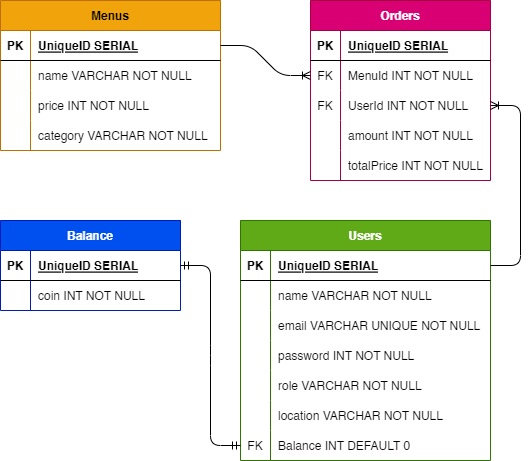
Above: erd.drawio.png in fahrezo/pair-project-WIB-Cafe (draw.io), before the change. Source tidied: cells renumbered, new cells last; positions are measured from the earlier drawing's top-left corner, leaving out a move shared by most shapes.
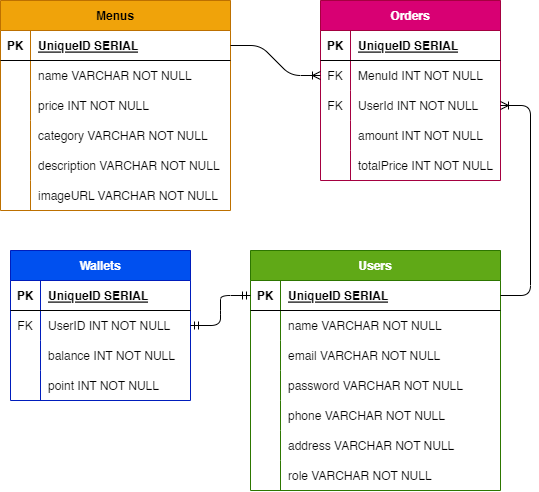
The same file after the commit.

What changed in the source:
```diff
@@ -3,7 +3,7 @@
     <mxCell id="0" />
     <mxCell id="1" parent="0" />
     <mxCell id="2" value="Users" style="shape=table;startSize=30;rowLines=0;fontStyle=1;align=center;fillColor=#60a917;fontColor=#ffffff;strokeColor=#2D7600;" parent="1" vertex="1">
-      <mxGeometry x="240" y="220" width="250" height="240" as="geometry" />
+      <mxGeometry x="240" y="250" width="250" height="240" as="geometry" />
     </mxCell>
     <mxCell id="3" style="shape=tableRow;horizontal=0;startSize=0;swimlaneHead=0;swimlaneBody=0;fillColor=none;points=[[0,0.5],[1,0.5]];portConstraint=eastwest;top=0;left=0;right=0;bottom=1;" parent="2" vertex="1">
       <mxGeometry y="30" width="250" height="30" as="geometry" />
@@ -29,7 +29,7 @@
     <mxCell id="10" style="shape=partialRectangle;fillColor=none;top=0;left=0;bottom=0;right=0;overflow=hidden;" parent="9" vertex="1">
       <mxGeometry width="30" height="30" as="geometry" />
     </mxCell>
-    <mxCell id="11" value="email VARCHAR UNIQUE NOT NULL" style="shape=partialRectangle;fillColor=none;top=0;left=0;bottom=0;right=0;align=left;spacingLeft=6;overflow=hidden;" parent="9" vertex="1">
+    <mxCell id="11" value="email VARCHAR NOT NULL" style="shape=partialRectangle;fillColor=none;top=0;left=0;bottom=0;right=0;align=left;spacingLeft=6;overflow=hidden;" parent="9" vertex="1">
       <mxGeometry x="30" width="220" height="30" as="geometry" />
     </mxCell>
     <mxCell id="12" style="shape=tableRow;horizontal=0;startSize=0;swimlaneHead=0;swimlaneBody=0;fillColor=none;top=0;left=0;right=0;bottom=0;" parent="2" vertex="1">
@@ -38,7 +38,7 @@
     <mxCell id="13" style="shape=partialRectangle;fillColor=none;top=0;left=0;bottom=0;right=0;overflow=hidden;" parent="12" vertex="1">
       <mxGeometry width="30" height="30" as="geometry" />
     </mxCell>
-    <mxCell id="14" value="password INT NOT NULL" style="shape=partialRectangle;fillColor=none;top=0;left=0;bottom=0;right=0;align=left;spacingLeft=6;overflow=hidden;" parent="12" vertex="1">
+    <mxCell id="14" value="password VARCHAR NOT NULL" style="shape=partialRectangle;fillColor=none;top=0;left=0;bottom=0;right=0;align=left;spacingLeft=6;overflow=hidden;" parent="12" vertex="1">
       <mxGeometry x="30" width="220" height="30" as="geometry" />
     </mxCell>
     <mxCell id="15" style="shape=tableRow;horizontal=0;startSize=0;swimlaneHead=0;swimlaneBody=0;fillColor=none;top=0;left=0;right=0;bottom=0;" parent="2" vertex="1">
@@ -47,7 +47,7 @@
     <mxCell id="16" style="shape=partialRectangle;fillColor=none;top=0;left=0;bottom=0;right=0;overflow=hidden;" parent="15" vertex="1">
       <mxGeometry width="30" height="30" as="geometry" />
     </mxCell>
-    <mxCell id="17" value="role VARCHAR NOT NULL" style="shape=partialRectangle;fillColor=none;top=0;left=0;bottom=0;right=0;align=left;spacingLeft=6;overflow=hidden;" parent="15" vertex="1">
+    <mxCell id="17" value="phone VARCHAR NOT NULL" style="shape=partialRectangle;fillColor=none;top=0;left=0;bottom=0;right=0;align=left;spacingLeft=6;overflow=hidden;" parent="15" vertex="1">
       <mxGeometry x="30" width="220" height="30" as="geometry" />
     </mxCell>
     <mxCell id="18" style="shape=tableRow;horizontal=0;startSize=0;swimlaneHead=0;swimlaneBody=0;fillColor=none;top=0;left=0;right=0;bottom=0;" parent="2" vertex="1">
@@ -56,57 +56,75 @@
     <mxCell id="19" style="shape=partialRectangle;fillColor=none;top=0;left=0;bottom=0;right=0;overflow=hidden;" parent="18" vertex="1">
       <mxGeometry width="30" height="30" as="geometry" />
     </mxCell>
-    <mxCell id="20" value="location VARCHAR NOT NULL" style="shape=partialRectangle;fillColor=none;top=0;left=0;bottom=0;right=0;align=left;spacingLeft=6;overflow=hidden;" parent="18" vertex="1">
+    <mxCell id="20" value="address VARCHAR NOT NULL" style="shape=partialRectangle;fillColor=none;top=0;left=0;bottom=0;right=0;align=left;spacingLeft=6;overflow=hidden;" parent="18" vertex="1">
       <mxGeometry x="30" width="220" height="30" as="geometry" />
     </mxCell>
     <mxCell id="21" style="shape=tableRow;horizontal=0;startSize=0;swimlaneHead=0;swimlaneBody=0;fillColor=none;points=[[0,0.5],[1,0.5]];portConstraint=eastwest;top=0;left=0;right=0;bottom=0;" parent="2" vertex="1">
       <mxGeometry y="210" width="250" height="30" as="geometry" />
     </mxCell>
-    <mxCell id="22" value="FK" style="shape=partialRectangle;fillColor=none;top=0;left=0;bottom=0;right=0;overflow=hidden;" parent="21" vertex="1">
-      <mxGeometry width="30" height="30" as="geometry" />
-    </mxCell>
-    <mxCell id="23" value="Balance INT DEFAULT 0" style="shape=partialRectangle;fillColor=none;top=0;left=0;bottom=0;right=0;align=left;spacingLeft=6;overflow=hidden;" parent="21" vertex="1">
-      <mxGeometry x="30" width="220" height="30" as="geometry" />
-    </mxCell>
+    <mxCell id="63" style="shape=partialRectangle;fillColor=none;top=0;left=0;bottom=0;right=0;overflow=hidden;" parent="21" vertex="1">
+      <mxGeometry width="30" height="30" as="geometry" />
+    </mxCell>
+    <mxCell id="64" value="role VARCHAR NOT NULL" style="shape=partialRectangle;fillColor=none;top=0;left=0;bottom=0;right=0;align=left;spacingLeft=6;overflow=hidden;" parent="21" vertex="1">
+      <mxGeometry x="30" width="220" height="30" as="geometry" />
+    </mxCell>
     <mxCell id="24" value="Menus" style="shape=table;startSize=30;rowLines=0;fontStyle=1;align=center;fillColor=#f0a30a;fontColor=#000000;strokeColor=#BD7000;" parent="1" vertex="1">
-      <mxGeometry width="220" height="150" as="geometry" />
+      <mxGeometry x="-10" width="230" height="210" as="geometry" />
     </mxCell>
     <mxCell id="25" style="shape=tableRow;horizontal=0;startSize=0;swimlaneHead=0;swimlaneBody=0;fillColor=none;points=[[0,0.5],[1,0.5]];portConstraint=eastwest;top=0;left=0;right=0;bottom=1;" parent="24" vertex="1">
-      <mxGeometry y="30" width="220" height="30" as="geometry" />
+      <mxGeometry y="30" width="230" height="30" as="geometry" />
     </mxCell>
     <mxCell id="26" value="PK" style="shape=partialRectangle;fillColor=none;top=0;left=0;bottom=0;right=0;fontStyle=1;overflow=hidden;" parent="25" vertex="1">
       <mxGeometry width="30" height="30" as="geometry" />
     </mxCell>
     <mxCell id="27" value="UniqueID SERIAL" style="shape=partialRectangle;fillColor=none;top=0;left=0;bottom=0;right=0;align=left;spacingLeft=6;fontStyle=5;overflow=hidden;" parent="25" vertex="1">
-      <mxGeometry x="30" width="190" height="30" as="geometry" />
+      <mxGeometry x="30" width="200" height="30" as="geometry" />
     </mxCell>
     <mxCell id="28" style="shape=tableRow;horizontal=0;startSize=0;swimlaneHead=0;swimlaneBody=0;fillColor=none;top=0;left=0;right=0;bottom=0;" parent="24" vertex="1">
-      <mxGeometry y="60" width="220" height="30" as="geometry" />
+      <mxGeometry y="60" width="230" height="30" as="geometry" />
     </mxCell>
     <mxCell id="29" style="shape=partialRectangle;fillColor=none;top=0;left=0;bottom=0;right=0;overflow=hidden;" parent="28" vertex="1">
       <mxGeometry width="30" height="30" as="geometry" />
     </mxCell>
     <mxCell id="30" value="name VARCHAR NOT NULL" style="shape=partialRectangle;fillColor=none;top=0;left=0;bottom=0;right=0;align=left;spacingLeft=6;overflow=hidden;" parent="28" vertex="1">
-      <mxGeometry x="30" width="190" height="30" as="geometry" />
+      <mxGeometry x="30" width="200" height="30" as="geometry" />
     </mxCell>
     <mxCell id="31" style="shape=tableRow;horizontal=0;startSize=0;swimlaneHead=0;swimlaneBody=0;fillColor=none;top=0;left=0;right=0;bottom=0;" parent="24" vertex="1">
-      <mxGeometry y="90" width="220" height="30" as="geometry" />
+      <mxGeometry y="90" width="230" height="30" as="geometry" />
     </mxCell>
     <mxCell id="32" style="shape=partialRectangle;fillColor=none;top=0;left=0;bottom=0;right=0;overflow=hidden;" parent="31" vertex="1">
       <mxGeometry width="30" height="30" as="geometry" />
     </mxCell>
     <mxCell id="33" value="price INT NOT NULL" style="shape=partialRectangle;fillColor=none;top=0;left=0;bottom=0;right=0;align=left;spacingLeft=6;overflow=hidden;" parent="31" vertex="1">
-      <mxGeometry x="30" width="190" height="30" as="geometry" />
+      <mxGeometry x="30" width="200" height="30" as="geometry" />
     </mxCell>
     <mxCell id="34" style="shape=tableRow;horizontal=0;startSize=0;swimlaneHead=0;swimlaneBody=0;fillColor=none;top=0;left=0;right=0;bottom=0;" parent="24" vertex="1">
-      <mxGeometry y="120" width="220" height="30" as="geometry" />
+      <mxGeometry y="120" width="230" height="30" as="geometry" />
     </mxCell>
     <mxCell id="35" style="shape=partialRectangle;fillColor=none;top=0;left=0;bottom=0;right=0;overflow=hidden;" parent="34" vertex="1">
       <mxGeometry width="30" height="30" as="geometry" />
     </mxCell>
     <mxCell id="36" value="category VARCHAR NOT NULL" style="shape=partialRectangle;fillColor=none;top=0;left=0;bottom=0;right=0;align=left;spacingLeft=6;overflow=hidden;" parent="34" vertex="1">
-      <mxGeometry x="30" width="190" height="30" as="geometry" />
+      <mxGeometry x="30" width="200" height="30" as="geometry" />
     </mxCell>
+    <mxCell id="65" style="shape=tableRow;horizontal=0;startSize=0;swimlaneHead=0;swimlaneBody=0;fillColor=none;top=0;left=0;right=0;bottom=0;" parent="24" vertex="1">
+      <mxGeometry y="150" width="230" height="30" as="geometry" />
+    </mxCell>
+    <mxCell id="66" style="shape=partialRectangle;fillColor=none;top=0;left=0;bottom=0;right=0;overflow=hidden;" parent="65" vertex="1">
+      <mxGeometry width="30" height="30" as="geometry" />
+    </mxCell>
+    <mxCell id="67" value="description VARCHAR NOT NULL" style="shape=partialRectangle;fillColor=none;top=0;left=0;bottom=0;right=0;align=left;spacingLeft=6;overflow=hidden;" parent="65" vertex="1">
+      <mxGeometry x="30" width="200" height="30" as="geometry" />
+    </mxCell>
+    <mxCell id="68" style="shape=tableRow;horizontal=0;startSize=0;swimlaneHead=0;swimlaneBody=0;fillColor=none;top=0;left=0;right=0;bottom=0;" parent="24" vertex="1">
+      <mxGeometry y="180" width="230" height="30" as="geometry" />
+    </mxCell>
+    <mxCell id="69" style="shape=partialRectangle;fillColor=none;top=0;left=0;bottom=0;right=0;overflow=hidden;" parent="68" vertex="1">
+      <mxGeometry width="30" height="30" as="geometry" />
+    </mxCell>
+    <mxCell id="70" value="imageURL VARCHAR NOT NULL" style="shape=partialRectangle;fillColor=none;top=0;left=0;bottom=0;right=0;align=left;spacingLeft=6;overflow=hidden;" parent="68" vertex="1">
+      <mxGeometry x="30" width="200" height="30" as="geometry" />
+    </mxCell>
     <mxCell id="37" value="Orders" style="shape=table;startSize=30;rowLines=0;fontStyle=1;align=center;fillColor=#d80073;fontColor=#ffffff;strokeColor=#A50040;" parent="1" vertex="1">
       <mxGeometry x="310" width="180" height="180" as="geometry" />
     </mxCell>
@@ -155,8 +173,8 @@
     <mxCell id="52" value="totalPrice INT NOT NULL" style="shape=partialRectangle;fillColor=none;top=0;left=0;bottom=0;right=0;align=left;spacingLeft=6;overflow=hidden;" parent="50" vertex="1">
       <mxGeometry x="30" width="150" height="30" as="geometry" />
     </mxCell>
-    <mxCell id="53" value="Balance" style="shape=table;startSize=30;rowLines=0;fontStyle=1;align=center;fillColor=#0050ef;fontColor=#ffffff;strokeColor=#001DBC;" parent="1" vertex="1">
-      <mxGeometry y="220" width="180" height="90" as="geometry" />
+    <mxCell id="53" value="Wallets" style="shape=table;startSize=30;rowLines=0;fontStyle=1;align=center;fillColor=#0050ef;fontColor=#ffffff;strokeColor=#001DBC;" parent="1" vertex="1">
+      <mxGeometry y="250" width="180" height="150" as="geometry" />
     </mxCell>
     <mxCell id="54" style="shape=tableRow;horizontal=0;startSize=0;swimlaneHead=0;swimlaneBody=0;fillColor=none;points=[[0,0.5],[1,0.5]];portConstraint=eastwest;top=0;left=0;right=0;bottom=1;" parent="53" vertex="1">
       <mxGeometry y="30" width="180" height="30" as="geometry" />
@@ -170,13 +188,31 @@
     <mxCell id="57" style="shape=tableRow;horizontal=0;startSize=0;swimlaneHead=0;swimlaneBody=0;fillColor=none;points=[[0,0.5],[1,0.5]];portConstraint=eastwest;top=0;left=0;right=0;bottom=0;" parent="53" vertex="1">
       <mxGeometry y="60" width="180" height="30" as="geometry" />
     </mxCell>
-    <mxCell id="58" style="shape=partialRectangle;fillColor=none;top=0;left=0;bottom=0;right=0;overflow=hidden;" parent="57" vertex="1">
+    <mxCell id="58" value="FK" style="shape=partialRectangle;fillColor=none;top=0;left=0;bottom=0;right=0;overflow=hidden;" parent="57" vertex="1">
       <mxGeometry width="30" height="30" as="geometry" />
     </mxCell>
-    <mxCell id="59" value="coin INT NOT NULL" style="shape=partialRectangle;fillColor=none;top=0;left=0;bottom=0;right=0;align=left;spacingLeft=6;overflow=hidden;" parent="57" vertex="1">
+    <mxCell id="59" value="UserID INT NOT NULL" style="shape=partialRectangle;fillColor=none;top=0;left=0;bottom=0;right=0;align=left;spacingLeft=6;overflow=hidden;" parent="57" vertex="1">
       <mxGeometry x="30" width="150" height="30" as="geometry" />
     </mxCell>
+    <mxCell id="71" style="shape=tableRow;horizontal=0;startSize=0;swimlaneHead=0;swimlaneBody=0;fillColor=none;top=0;left=0;right=0;bottom=0;" parent="53" vertex="1">
+      <mxGeometry y="90" width="180" height="30" as="geometry" />
+    </mxCell>
+    <mxCell id="72" style="shape=partialRectangle;fillColor=none;top=0;left=0;bottom=0;right=0;overflow=hidden;" parent="71" vertex="1">
+      <mxGeometry width="30" height="30" as="geometry" />
+    </mxCell>
+    <mxCell id="73" value="balance INT NOT NULL" style="shape=partialRectangle;fillColor=none;top=0;left=0;bottom=0;right=0;align=left;spacingLeft=6;overflow=hidden;" parent="71" vertex="1">
+      <mxGeometry x="30" width="150" height="30" as="geometry" />
+    </mxCell>
+    <mxCell id="74" style="shape=tableRow;horizontal=0;startSize=0;swimlaneHead=0;swimlaneBody=0;fillColor=none;top=0;left=0;right=0;bottom=0;" parent="53" vertex="1">
+      <mxGeometry y="120" width="180" height="30" as="geometry" />
+    </mxCell>
+    <mxCell id="75" style="shape=partialRectangle;fillColor=none;top=0;left=0;bottom=0;right=0;overflow=hidden;" parent="74" vertex="1">
+      <mxGeometry width="30" height="30" as="geometry" />
+    </mxCell>
+    <mxCell id="76" value="point INT NOT NULL" style="shape=partialRectangle;fillColor=none;top=0;left=0;bottom=0;right=0;align=left;spacingLeft=6;overflow=hidden;" parent="74" vertex="1">
+      <mxGeometry x="30" width="150" height="30" as="geometry" />
+    </mxCell>
-    <mxCell id="60" style="edgeStyle=entityRelationEdgeStyle;fontSize=12;html=1;endArrow=ERmandOne;startArrow=ERmandOne;entryX=0;entryY=0.5;entryDx=0;entryDy=0;exitX=1;exitY=0.5;exitDx=0;exitDy=0;" parent="1" edge="1" source="54" target="21">
+    <mxCell id="60" style="edgeStyle=entityRelationEdgeStyle;fontSize=12;html=1;endArrow=ERmandOne;startArrow=ERmandOne;entryX=0;entryY=0.5;entryDx=0;entryDy=0;exitX=1;exitY=0.5;exitDx=0;exitDy=0;" parent="1" edge="1" source="57" target="3">
       <mxGeometry relative="1" as="geometry" />
     </mxCell>
     <mxCell id="61" style="edgeStyle=entityRelationEdgeStyle;fontSize=12;html=1;endArrow=ERoneToMany;entryX=0;entryY=0.5;entryDx=0;entryDy=0;exitX=1;exitY=0.5;exitDx=0;exitDy=0;" parent="1" edge="1" source="25" target="41">
```
